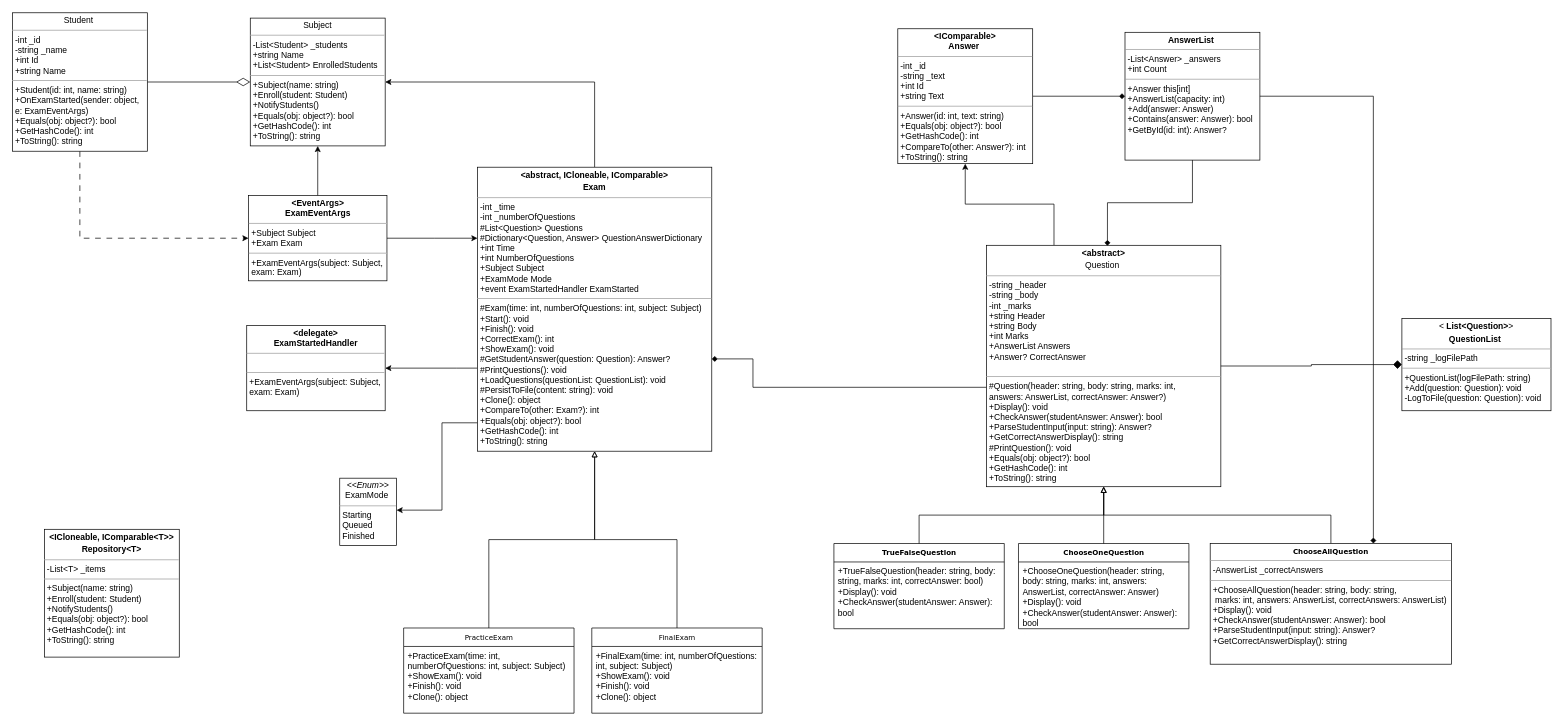
This is UML/C# Project.drawio from YoussefHanna64-bit/Examination-Management-System, a draw.io file, before an edit. Source tidied: cells renumbered, new cells numbered last; positions are measured from the earlier drawing's top-left corner, leaving out a move shared by most shapes. Both pictures are drawn from the tidied source at 71%, with x=0, y=0 at pixel (12, 12).
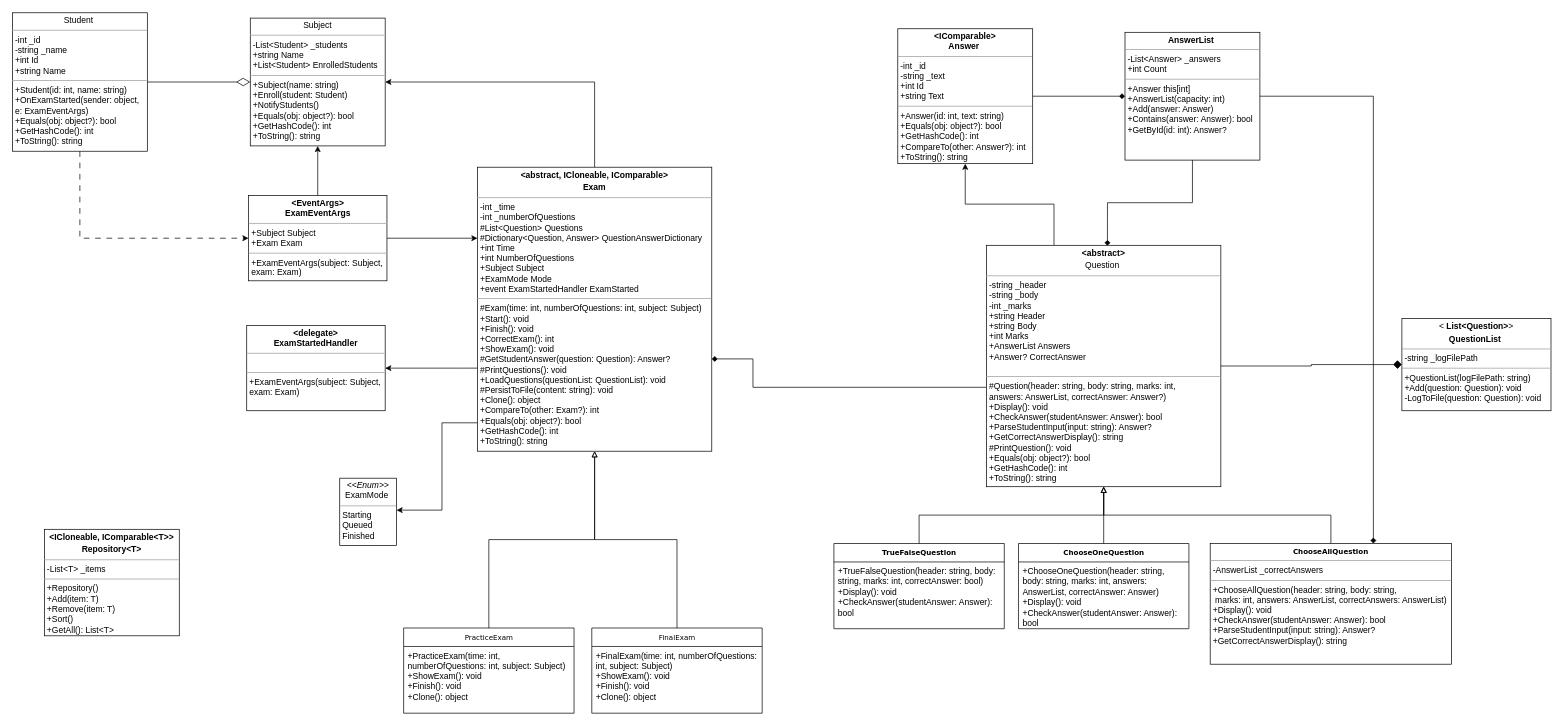
The same page after the edit.

Commit message (it also covers changes not shown here):
Docs: update UML diagram to include generic Repository<T> class

Diff of the diagram source:
```diff
@@
-    <mxCell id="39" value="&lt;p style=&quot;margin:0px;margin-top:4px;text-align:center;&quot;&gt;&lt;b&gt;&lt;span style=&quot;background-color: transparent; color: light-dark(rgb(0, 0, 0), rgb(255, 255, 255)); text-align: left;&quot;&gt;&amp;lt;&lt;/span&gt;&lt;span style=&quot;background-color: transparent; color: light-dark(rgb(0, 0, 0), rgb(255, 255, 255)); text-align: left;&quot;&gt;ICloneable, IComparable&amp;lt;T&amp;gt;&lt;/span&gt;&lt;span style=&quot;background-color: transparent; color: light-dark(rgb(0, 0, 0), rgb(255, 255, 255)); text-align: left;&quot;&gt;&amp;gt;&lt;/span&gt;&lt;/b&gt;&lt;/p&gt;&lt;p style=&quot;margin:0px;margin-top:4px;text-align:center;&quot;&gt;&lt;span style=&quot;background-color: transparent; color: light-dark(rgb(0, 0, 0), rgb(255, 255, 255)); text-align: left;&quot;&gt;&lt;b&gt;Repository&amp;lt;T&amp;gt;&lt;/b&gt;&lt;/span&gt;&lt;/p&gt;&lt;hr size=&quot;1&quot;&gt;&lt;p style=&quot;margin:0px;margin-left:4px;&quot;&gt;-List&amp;lt;T&amp;gt; _items&lt;/p&gt;&lt;hr size=&quot;1&quot;&gt;&lt;p style=&quot;margin:0px;margin-left:4px;&quot;&gt;+Subject(name: string)&lt;br&gt;+Enroll(student: Student)&lt;br&gt;+NotifyStudents()&lt;br&gt;            +Equals(obj: object?): bool&lt;/p&gt;&lt;p style=&quot;margin:0px;margin-left:4px;&quot;&gt;+&lt;span class=&quot;hljs-title&quot;&gt;GetHashCode&lt;/span&gt;(&lt;span class=&quot;hljs-params&quot;&gt;&lt;/span&gt;): int&lt;br&gt;            +ToString(): string&lt;/p&gt;" style="verticalAlign=top;align=left;overflow=fill;fontSize=12;fontFamily=Helvetica;html=1;rounded=0;shadow=0;comic=0;labelBackgroundColor=none;strokeWidth=1;" parent="1" vertex="1">
-      <mxGeometry x="45" y="728" width="190" height="180" as="geometry" />
+    <mxCell id="39" value="&lt;p style=&quot;margin:0px;margin-top:4px;text-align:center;&quot;&gt;&lt;b&gt;&lt;span style=&quot;background-color: transparent; color: light-dark(rgb(0, 0, 0), rgb(255, 255, 255)); text-align: left;&quot;&gt;&amp;lt;&lt;/span&gt;&lt;span style=&quot;background-color: transparent; color: light-dark(rgb(0, 0, 0), rgb(255, 255, 255)); text-align: left;&quot;&gt;ICloneable, IComparable&amp;lt;T&amp;gt;&lt;/span&gt;&lt;span style=&quot;background-color: transparent; color: light-dark(rgb(0, 0, 0), rgb(255, 255, 255)); text-align: left;&quot;&gt;&amp;gt;&lt;/span&gt;&lt;/b&gt;&lt;/p&gt;&lt;p style=&quot;margin:0px;margin-top:4px;text-align:center;&quot;&gt;&lt;span style=&quot;background-color: transparent; color: light-dark(rgb(0, 0, 0), rgb(255, 255, 255)); text-align: left;&quot;&gt;&lt;b&gt;Repository&amp;lt;T&amp;gt;&lt;/b&gt;&lt;/span&gt;&lt;/p&gt;&lt;hr size=&quot;1&quot;&gt;&lt;p style=&quot;margin:0px;margin-left:4px;&quot;&gt;-List&amp;lt;T&amp;gt; _items&lt;/p&gt;&lt;hr size=&quot;1&quot;&gt;&lt;p style=&quot;margin:0px;margin-left:4px;&quot;&gt;+Repository()&lt;br&gt;+Add(item: T)&lt;br&gt;+Remove(item: T)&lt;br&gt;+Sort()&lt;br&gt;+GetAll(): List&amp;lt;T&amp;gt;&lt;/p&gt;" style="verticalAlign=top;align=left;overflow=fill;fontSize=12;fontFamily=Helvetica;html=1;rounded=0;shadow=0;comic=0;labelBackgroundColor=none;strokeWidth=1;" parent="1" vertex="1">
+      <mxGeometry x="45" y="728" width="190" height="150" as="geometry" />
     </mxCell>
```
